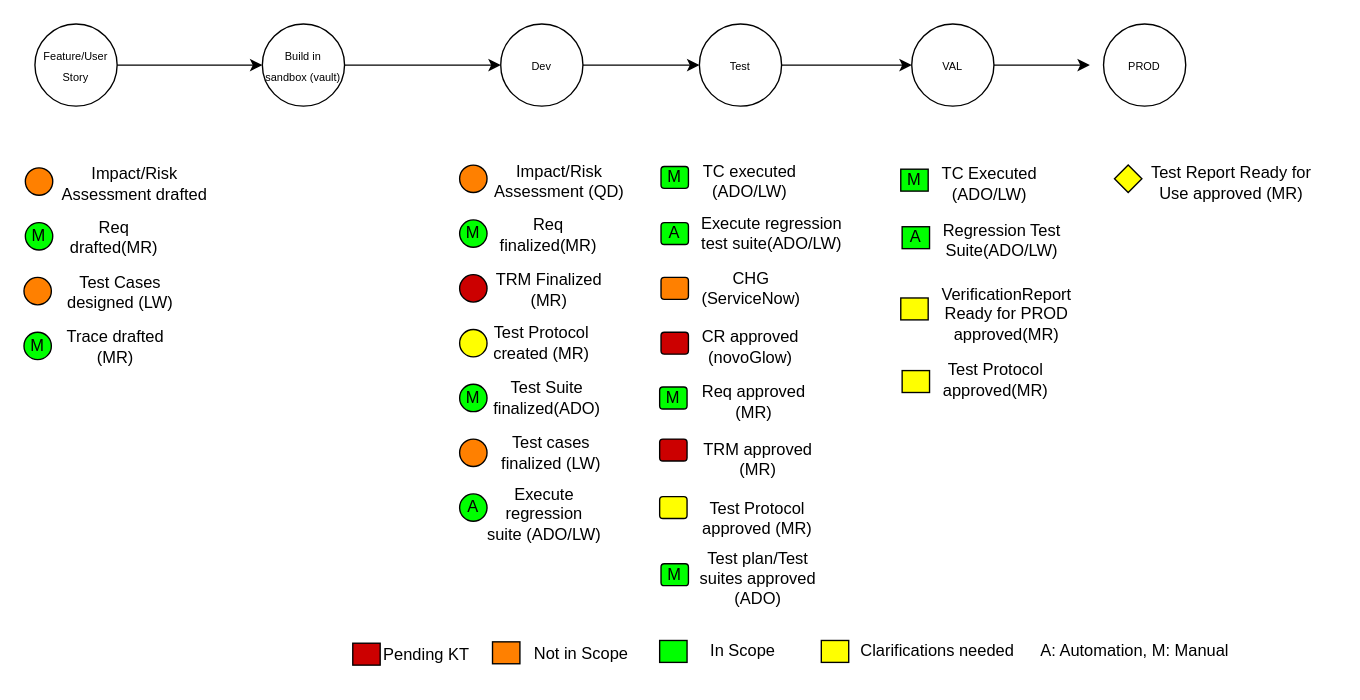
The draw.io diagram hpalmtoado2.drawio in surajnaik90/Architectures-Designs, before the edit. Source tidied: cells renumbered, new cells numbered last; positions are measured from the earlier drawing's top-left corner, leaving out a move shared by most shapes. Both pictures are drawn from the tidied source at 137%, with x=0, y=0 at pixel (23, 23).
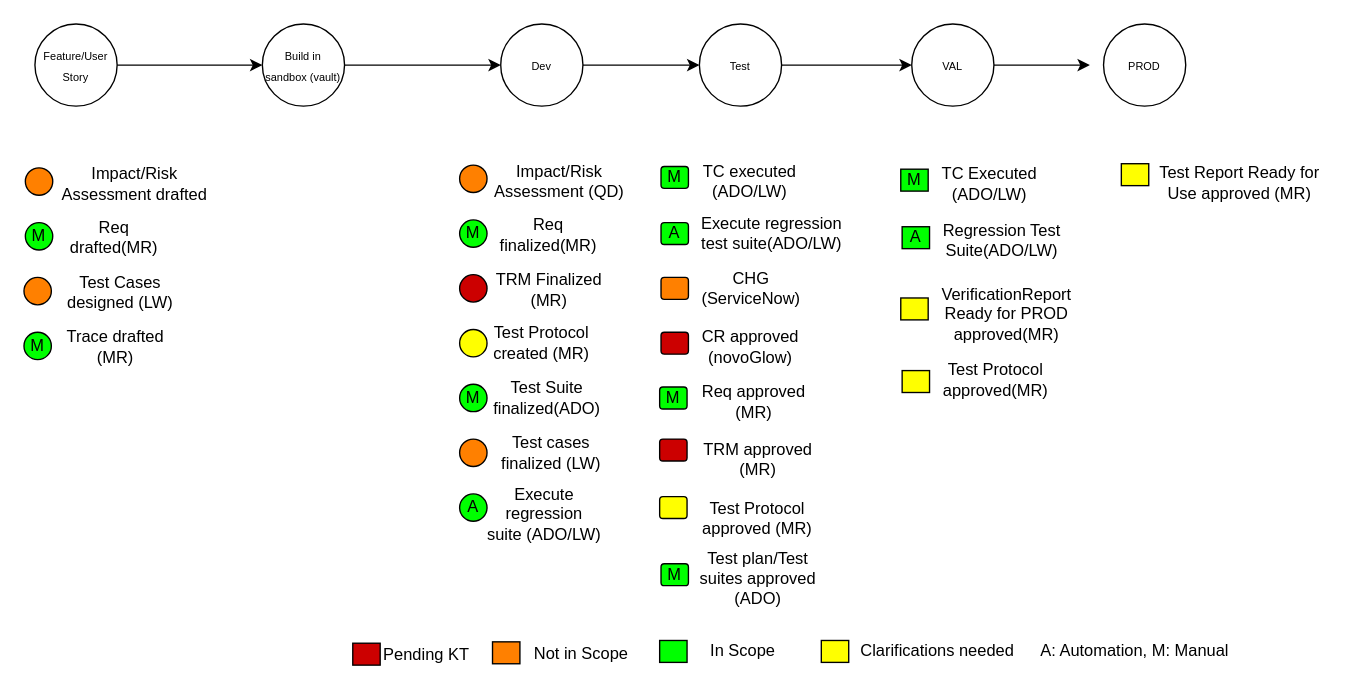
Above is the later version.

What changed in the source:
```diff
@@
-    <mxCell id="16" style="rhombus;whiteSpace=wrap;html=1;fillColor=#FFFF00;" parent="1" vertex="1">
-      <mxGeometry x="796" y="103" width="20" height="20" as="geometry" />
-    </mxCell>
     <mxCell id="17" value="Test Report Ready for Use approved (MR)" style="text;html=1;strokeColor=none;fillColor=none;align=center;verticalAlign=middle;whiteSpace=wrap;rounded=0;" parent="1" vertex="1">
-      <mxGeometry x="811" y="101" width="141" height="30" as="geometry" />
+      <mxGeometry x="817" y="101" width="141" height="30" as="geometry" />
     </mxCell>
@@
+    <mxCell id="79" style="rounded=1;whiteSpace=wrap;html=1;fillColor=#FFFF00;arcSize=0;" parent="1" vertex="1">
+      <mxGeometry x="801" y="102" width="20" height="16" as="geometry" />
+    </mxCell>
```
